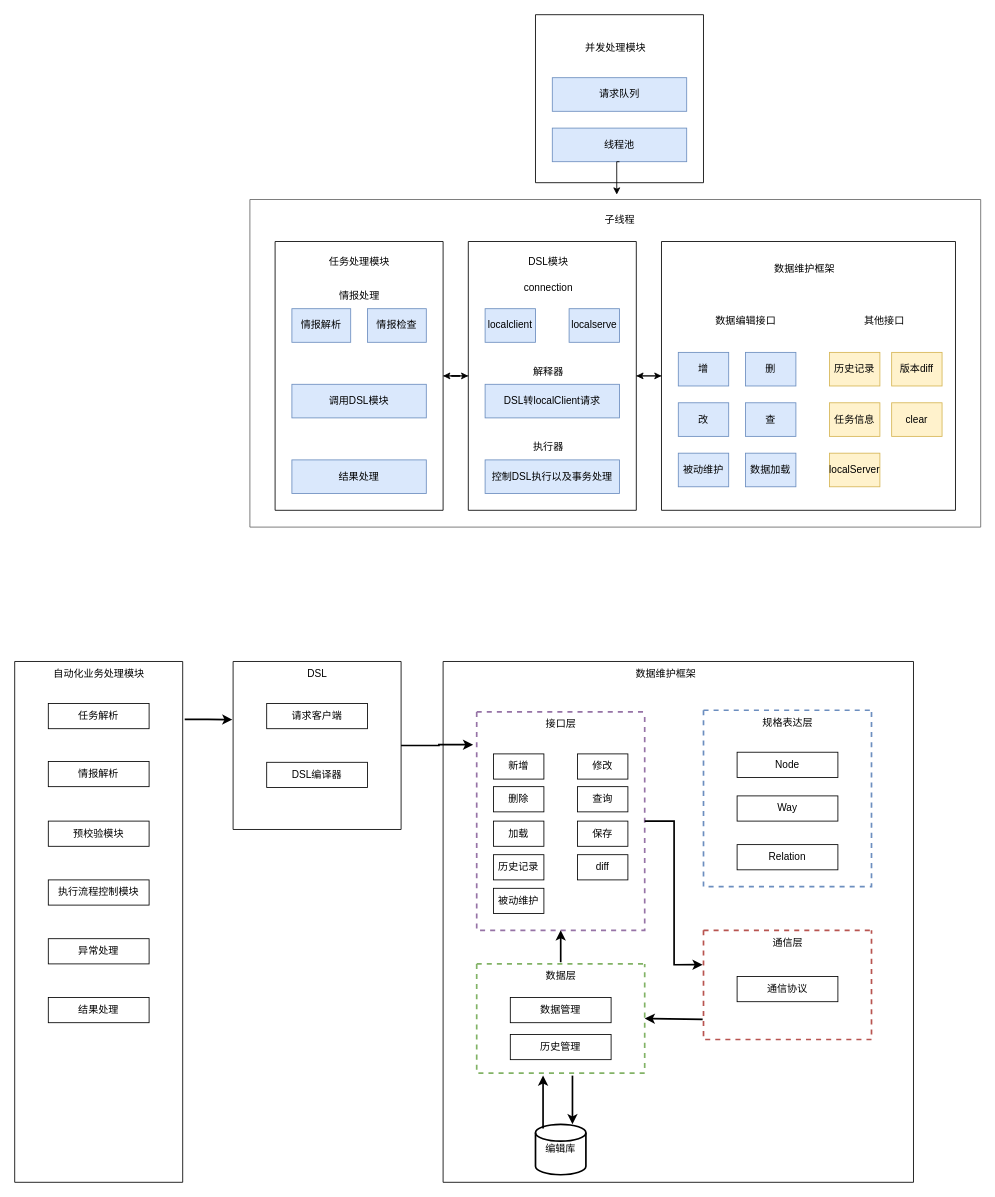
Before: kunyu-auto-server/前端自动化服务架构图.drawio in chaijinsong/draw.io, a draw.io diagram. Source tidied: cells renumbered, new cells numbered last; positions are measured from the earlier drawing's top-left corner, leaving out a move shared by most shapes. Both pictures are drawn from the tidied source at 84%, with x=0, y=0 at pixel (14, 14).
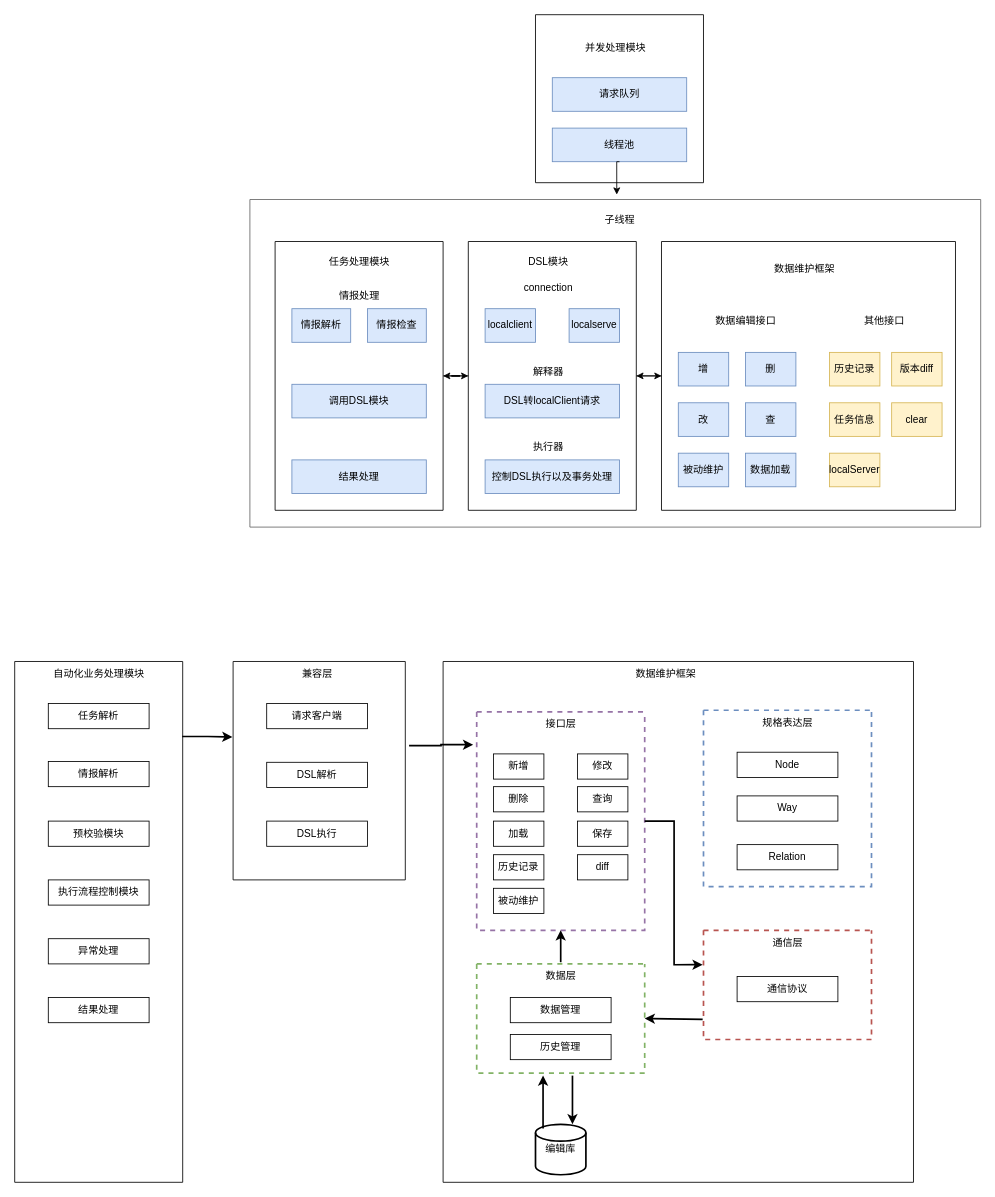
Above is the later version.

Commit message:
更新前端自动化服务架构图.drawio

The change refers to these unchanged cells:
```xml
<mxCell id="60" style="swimlane;startSize=0;fillColor=#e1d5e7;strokeColor=#9673a6;strokeWidth=2;dashed=1;" parent="1" vertex="1">
  <mxGeometry x="550" y="830" width="200" height="260" as="geometry" />
</mxCell>
<mxCell id="80" style="swimlane;startSize=0;" parent="1" vertex="1">
  <mxGeometry y="770" width="200" height="620" as="geometry" />
</mxCell>
```

The edit, as a diff of the source:
```diff
@@
     <mxCell id="75" style="swimlane;startSize=0;" parent="1" vertex="1">
-      <mxGeometry x="260" y="770" width="200" height="200" as="geometry" />
+      <mxGeometry x="260" y="770" width="205" height="260" as="geometry" />
     </mxCell>
-    <mxCell id="76" value="DSL" style="text;html=1;align=center;verticalAlign=middle;strokeColor=none;fillColor=none;" parent="75" vertex="1">
-      <mxGeometry x="75" width="50" height="30" as="geometry" />
+    <mxCell id="76" value="兼容层" style="text;html=1;align=center;verticalAlign=middle;strokeColor=none;fillColor=none;" parent="75" vertex="1">
+      <mxGeometry x="70" width="60" height="30" as="geometry" />
     </mxCell>
@@
-    <mxCell id="78" value="DSL编译器" style="rounded=0;whiteSpace=wrap;html=1;" parent="75" vertex="1">
+    <mxCell id="78" value="DSL解析" style="rounded=0;whiteSpace=wrap;html=1;" parent="75" vertex="1">
       <mxGeometry x="40" y="120" width="120" height="30" as="geometry" />
     </mxCell>
+    <mxCell id="89" value="DSL执行" style="rounded=0;whiteSpace=wrap;html=1;" parent="75" vertex="1">
+      <mxGeometry x="40" y="190" width="120" height="30" as="geometry" />
+    </mxCell>
-    <mxCell id="79" style="edgeStyle=orthogonalEdgeStyle;rounded=0;jettySize=auto;html=1;exitX=1;exitY=0.5;exitDx=0;exitDy=0;entryX=-0.021;entryY=0.15;entryDx=0;entryDy=0;entryPerimeter=0;strokeWidth=2;" parent="1" edge="1" source="75" target="60">
+    <mxCell id="79" style="edgeStyle=orthogonalEdgeStyle;rounded=0;jettySize=auto;html=1;exitX=1.022;exitY=0.385;exitDx=0;exitDy=0;entryX=-0.021;entryY=0.15;entryDx=0;entryDy=0;entryPerimeter=0;strokeWidth=2;exitPerimeter=0;" parent="1" edge="1" source="75" target="60">
       <mxGeometry relative="1" as="geometry" />
     </mxCell>
@@
-    <mxCell id="88" style="edgeStyle=orthogonalEdgeStyle;rounded=0;jettySize=auto;html=1;entryX=-0.004;entryY=0.346;entryDx=0;entryDy=0;entryPerimeter=0;strokeWidth=2;exitX=1.012;exitY=0.111;exitDx=0;exitDy=0;exitPerimeter=0;" parent="1" edge="1" source="80" target="75">
+    <mxCell id="88" style="edgeStyle=orthogonalEdgeStyle;rounded=0;jettySize=auto;html=1;entryX=-0.004;entryY=0.346;entryDx=0;entryDy=0;entryPerimeter=0;strokeWidth=2;exitX=0.997;exitY=0.144;exitDx=0;exitDy=0;exitPerimeter=0;" parent="1" edge="1" source="80" target="75">
       <mxGeometry relative="1" as="geometry" />
     </mxCell>
```
